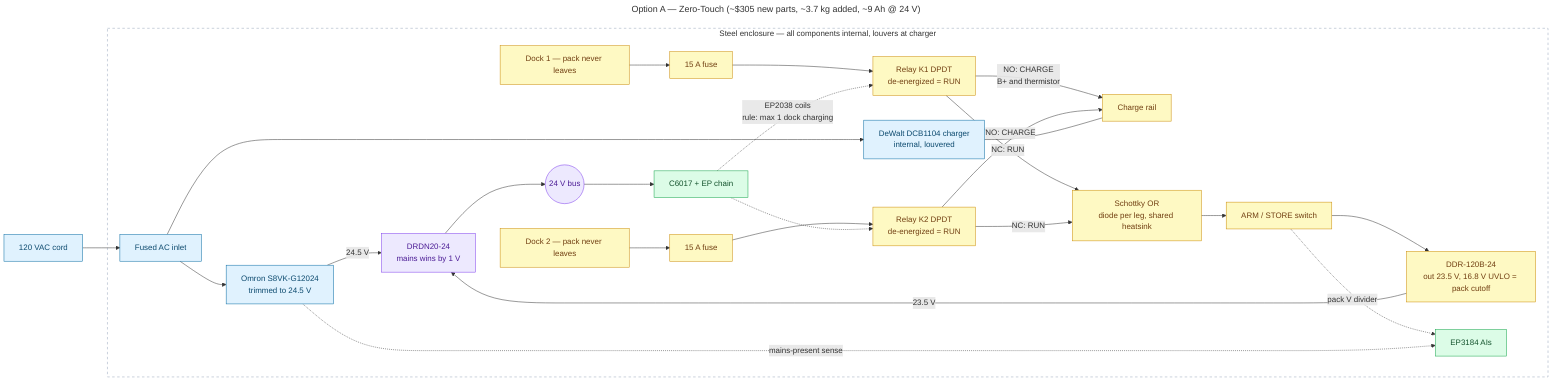
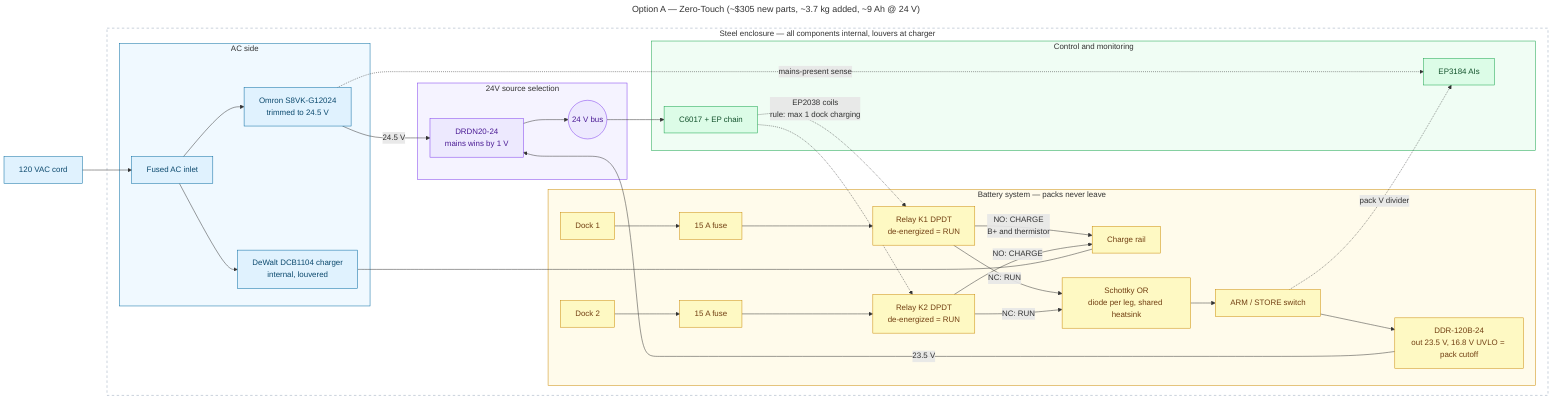
---
title: "Option A — Zero-Touch (~$305 new parts, ~3.7 kg added, ~9 Ah @ 24 V)"
---
flowchart LR
    CORD["120 VAC cord"] --> INLET

    subgraph BOX["Steel enclosure — all components internal, louvers at charger"]
-         INLET["Fused AC inlet"] --> PSU["Omron S8VK-G12024<br/>trimmed to 24.5 V"]
-         INLET --> CHG["DeWalt DCB1104 charger<br/>internal, louvered"]

-         D1["Dock 1 — pack never leaves"] --> F1["15 A fuse"]
-         D2["Dock 2 — pack never leaves"] --> F2["15 A fuse"]
-         F1 --> K1["Relay K1 DPDT<br/>de-energized = RUN"]
-         F2 --> K2["Relay K2 DPDT<br/>de-energized = RUN"]
+         subgraph ACS["AC side"]
+             INLET["Fused AC inlet"] --> PSU["Omron S8VK-G12024<br/>trimmed to 24.5 V"]
+             INLET --> CHG["DeWalt DCB1104 charger<br/>internal, louvered"]
+         end

-         K1 -->|"NO: CHARGE<br/>B+ and thermistor"| CHR["Charge rail"]
-         K2 -->|"NO: CHARGE"| CHR
+         subgraph BATT["Battery system — packs never leave"]
+             D1["Dock 1"] --> F1["15 A fuse"]
+             D2["Dock 2"] --> F2["15 A fuse"]
+             F1 --> K1["Relay K1 DPDT<br/>de-energized = RUN"]
+             F2 --> K2["Relay K2 DPDT<br/>de-energized = RUN"]
+             K1 -->|"NO: CHARGE<br/>B+ and thermistor"| CHR["Charge rail"]
+             K2 -->|"NO: CHARGE"| CHR
+             K1 -->|"NC: RUN"| ORB["Schottky OR<br/>diode per leg, shared heatsink"]
+             K2 -->|"NC: RUN"| ORB
+             ORB --> ARM["ARM / STORE switch"]
+             ARM --> BOOST["DDR-120B-24<br/>out 23.5 V, 16.8 V UVLO = pack cutoff"]
+         end
+ 
+         subgraph SRC["24V source selection"]
+             OR24["DRDN20-24<br/>mains wins by 1 V"] --> BUS(("24 V bus"))
+         end
+ 
+         subgraph CTL["Control and monitoring"]
+             PLC["C6017 + EP chain"]
+             AI["EP3184 AIs"]
+         end
+ 
        CHG --- CHR
- 
-         K1 -->|"NC: RUN"| ORB["Schottky OR<br/>diode per leg, shared heatsink"]
-         K2 -->|"NC: RUN"| ORB
-         ORB --> ARM["ARM / STORE switch"]
-         ARM --> BOOST["DDR-120B-24<br/>out 23.5 V, 16.8 V UVLO = pack cutoff"]
- 
-         PSU -->|"24.5 V"| OR24["DRDN20-24<br/>mains wins by 1 V"]
+         PSU -->|"24.5 V"| OR24
        BOOST -->|"23.5 V"| OR24
-         OR24 --> BUS(("24 V bus"))
-         BUS --> PLC["C6017 + EP chain"]
+         BUS --> PLC

        PLC -. "EP2038 coils<br/>rule: max 1 dock charging" .-> K1
        PLC -.-> K2
-         ARM -. "pack V divider" .-> AI["EP3184 AIs"]
+         ARM -. "pack V divider" .-> AI
        PSU -. "mains-present sense" .-> AI
    end

    style BOX fill:none,stroke:#94a3b8,stroke-dasharray:5 5
+     style ACS fill:#f0f9ff,stroke:#0369a1,stroke-width:1px
+     style BATT fill:#fffbeb,stroke:#ca8a04,stroke-width:1px
+     style SRC fill:#f5f3ff,stroke:#7c3aed,stroke-width:1px
+     style CTL fill:#f0fdf4,stroke:#16a34a,stroke-width:1px
    classDef ac fill:#e0f2fe,stroke:#0369a1,color:#0c4a6e
    classDef batt fill:#fef9c3,stroke:#ca8a04,color:#713f12
    classDef bus fill:#ede9fe,stroke:#7c3aed,color:#4c1d95
    classDef load fill:#dcfce7,stroke:#16a34a,color:#14532d
    class CORD,INLET,PSU,CHG ac
    class D1,D2,F1,F2,K1,K2,CHR,ORB,ARM,BOOST batt
    class OR24,BUS bus
    class PLC,AI load
